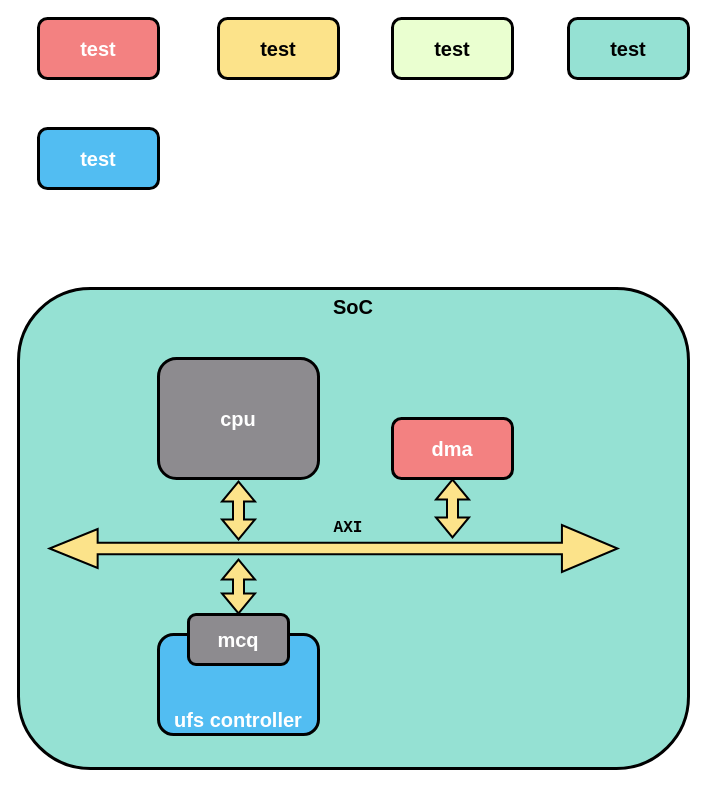
This is ufs.drawio from wdy1996/linux_diagram, a draw.io file, before an edit. Source tidied: cells renumbered, new cells numbered last; positions are measured from the earlier drawing's top-left corner, leaving out a move shared by most shapes. Both pictures are drawn from the tidied source at 100%, with x=0, y=0 at pixel (18, 18).
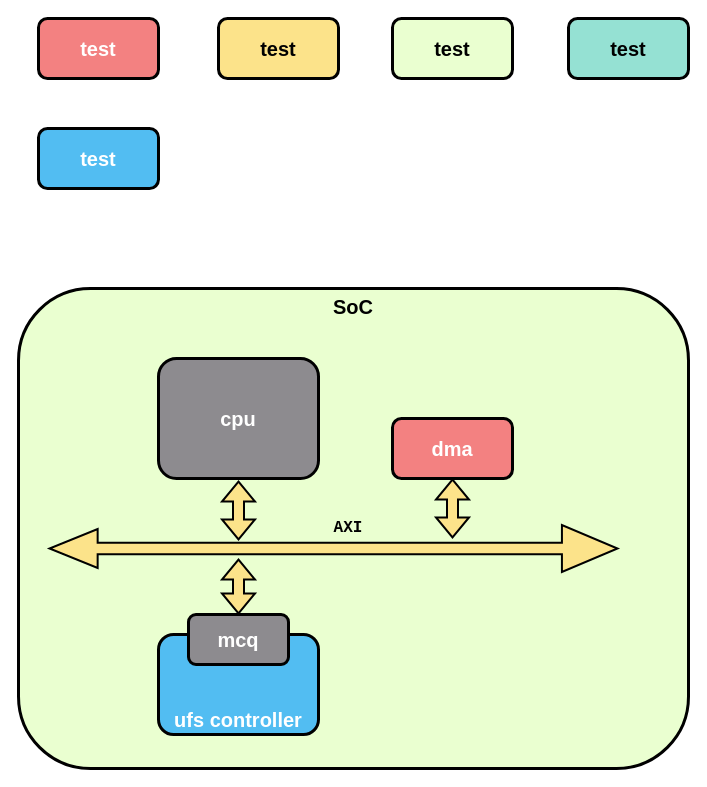
After the change.

What changed in the source:
```diff
@@
-    <mxCell id="2" value="&lt;span style=&quot;font-size: 20px;&quot;&gt;&lt;b&gt;SoC&lt;/b&gt;&lt;/span&gt;" style="rounded=1;whiteSpace=wrap;html=1;fillColor=#95E1D3;strokeWidth=3;verticalAlign=top;" parent="1" vertex="1">
+    <mxCell id="2" value="&lt;span style=&quot;font-size: 20px;&quot;&gt;&lt;b&gt;SoC&lt;/b&gt;&lt;/span&gt;" style="rounded=1;whiteSpace=wrap;html=1;fillColor=#EAFFD0;strokeWidth=3;verticalAlign=top;" parent="1" vertex="1">
       <mxGeometry y="270" width="670" height="480" as="geometry" />
     </mxCell>
```
